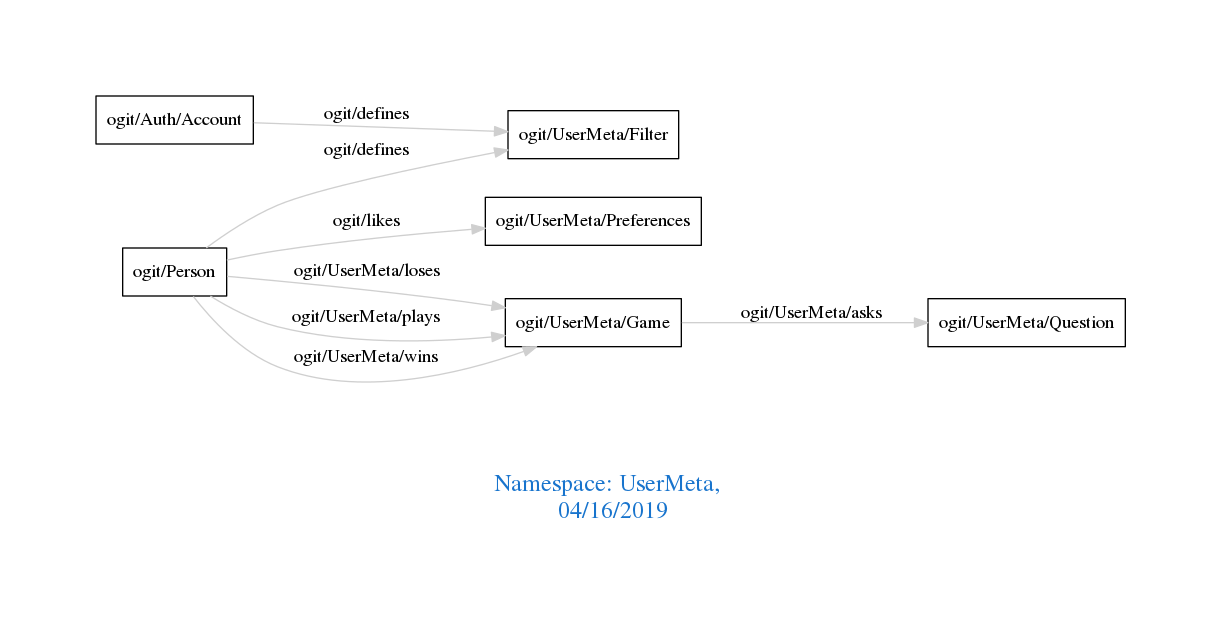
This is downloads/UserMeta.png from arago/OGIT, a Graphviz export, as it was before one commit. Its source is kept beside it as downloads/UserMeta.dot.
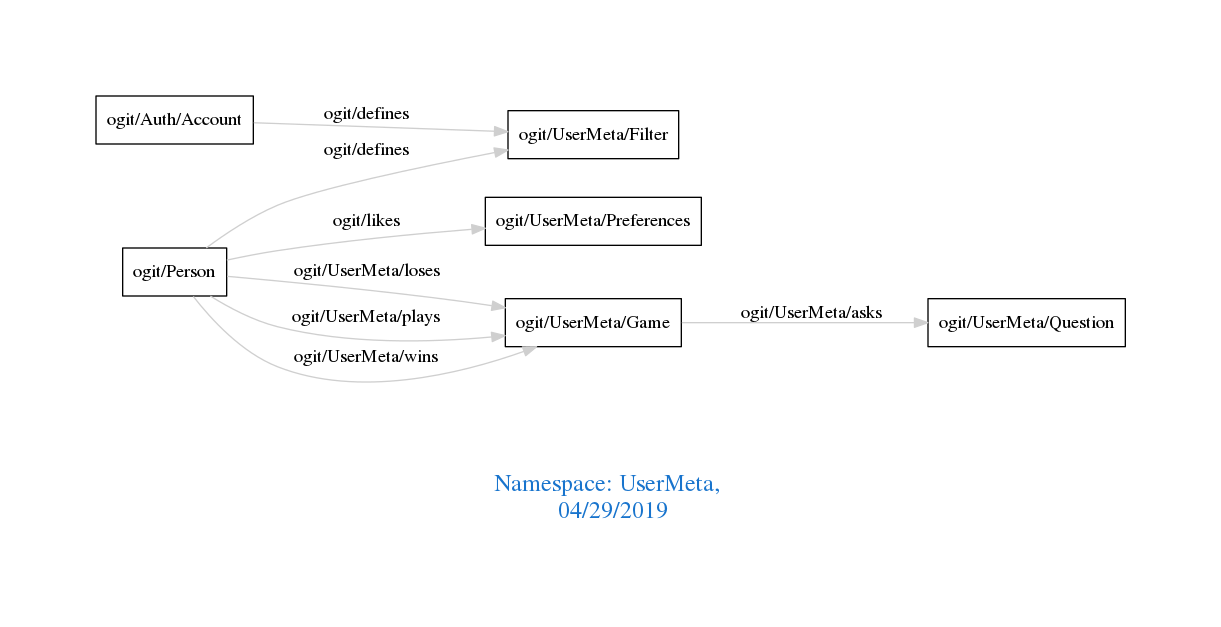
After the commit.

Change to the diagram source:
```diff
@@ -1,7 +1,7 @@
 digraph OGIT_ontology {
  graph [ rankdir= LR,pad=1
 fontsize = 18,
-fontcolor= dodgerblue3,label = "\n\n\nNamespace: UserMeta, \n 04/16/2019"];
+fontcolor= dodgerblue3,label = "\n\n\nNamespace: UserMeta, \n 04/29/2019"];
 node[shape=polygon];
 edge [  color="gray81"];
 
```
